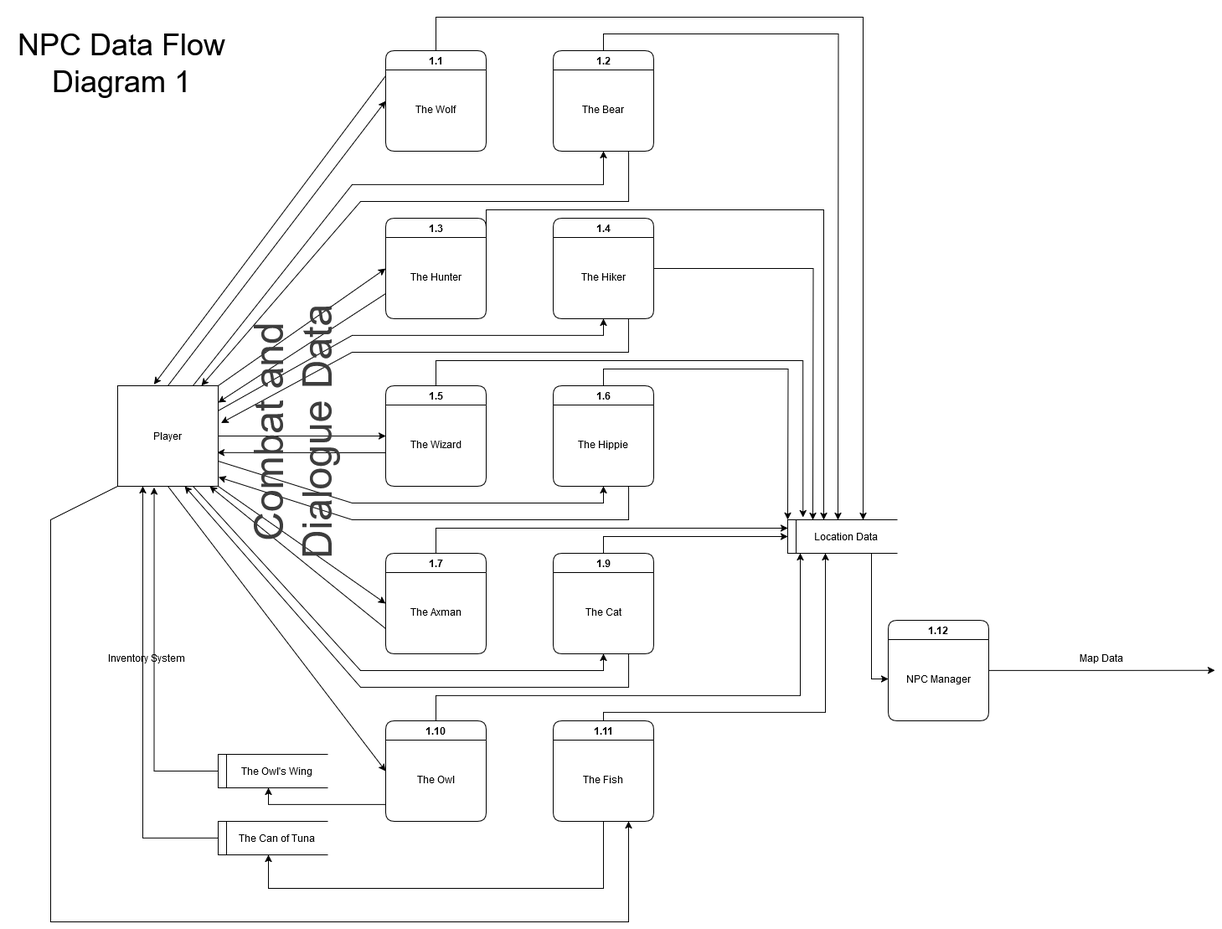
GreenSkyGames/Breaking-Red keeps this draw.io diagram as Docs/tl2/Todd Carter Works/Todd_Carter_NPC_Data_Flow_Diagram_Level_1.png. Above is the earlier version. Source tidied: cells renumbered, new cells last; positions are measured from the earlier drawing's top-left corner, leaving out a move shared by most shapes.
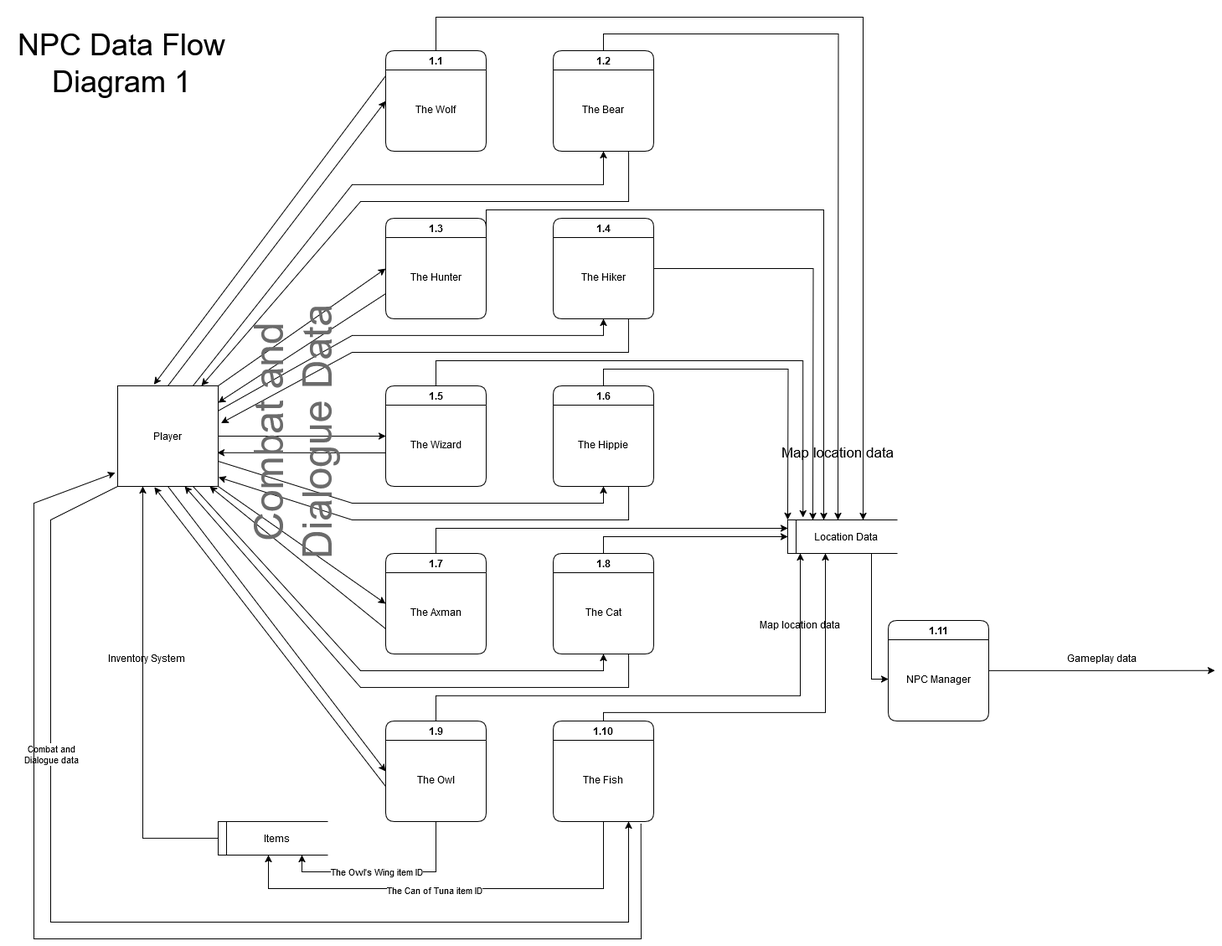
The same file after the commit.

Commit message:
Updates to Champion document diagrams

Minor fixes to diagrams, grammar, and formatting.

The edit, as a diff of the source:
```diff
@@ -31,7 +31,7 @@
         </Array>
       </mxGeometry>
     </mxCell>
-    <mxCell id="10" value="1.10" style="swimlane;whiteSpace=wrap;html=1;rounded=1;" parent="1" vertex="1">
+    <mxCell id="10" value="1.9" style="swimlane;whiteSpace=wrap;html=1;rounded=1;" parent="1" vertex="1">
       <mxGeometry x="460" y="860" width="120" height="120" as="geometry" />
     </mxCell>
     <mxCell id="11" value="The Owl" style="text;html=1;align=center;verticalAlign=middle;whiteSpace=wrap;rounded=0;" parent="10" vertex="1">
@@ -45,7 +45,7 @@
         </Array>
       </mxGeometry>
     </mxCell>
-    <mxCell id="13" value="1.11" style="swimlane;whiteSpace=wrap;html=1;rounded=1;" parent="1" vertex="1">
+    <mxCell id="13" value="1.10" style="swimlane;whiteSpace=wrap;html=1;rounded=1;" parent="1" vertex="1">
       <mxGeometry x="660" y="860" width="120" height="120" as="geometry" />
     </mxCell>
     <mxCell id="14" value="The Fish" style="text;html=1;align=center;verticalAlign=middle;whiteSpace=wrap;rounded=0;" parent="13" vertex="1">
@@ -54,7 +54,7 @@
     <mxCell id="15" style="edgeStyle=orthogonalEdgeStyle;rounded=0;jettySize=auto;html=1;exitX=0.5;exitY=0;exitDx=0;exitDy=0;entryX=0.5;entryY=1;entryDx=0;entryDy=0;" parent="1" edge="1" source="16" target="68">
       <mxGeometry relative="1" as="geometry" />
     </mxCell>
-    <mxCell id="16" value="1.9" style="swimlane;whiteSpace=wrap;html=1;rounded=1;" parent="1" vertex="1">
+    <mxCell id="16" value="1.8" style="swimlane;whiteSpace=wrap;html=1;rounded=1;" parent="1" vertex="1">
       <mxGeometry x="660" y="660" width="120" height="120" as="geometry" />
     </mxCell>
     <mxCell id="17" value="The Cat" style="text;html=1;align=center;verticalAlign=middle;whiteSpace=wrap;rounded=0;" parent="16" vertex="1">
@@ -108,9 +108,6 @@
     <mxCell id="29" value="The Wolf" style="text;html=1;align=center;verticalAlign=middle;whiteSpace=wrap;rounded=0;" parent="28" vertex="1">
       <mxGeometry y="20" width="120" height="100" as="geometry" />
     </mxCell>
-    <mxCell id="30" style="edgeStyle=orthogonalEdgeStyle;rounded=0;jettySize=auto;html=1;exitX=0.5;exitY=1;exitDx=0;exitDy=0;entryX=0.362;entryY=1.012;entryDx=0;entryDy=0;entryPerimeter=0;" parent="1" edge="1" source="61" target="2">
-      <mxGeometry relative="1" as="geometry" />
-    </mxCell>
     <mxCell id="31" style="endArrow=classic;html=1;rounded=0;exitX=0.75;exitY=0;exitDx=0;exitDy=0;entryX=0.5;entryY=1;entryDx=0;entryDy=0;" parent="1" edge="1" source="2" target="25">
       <mxGeometry relative="1" as="geometry">
         <Array as="points">
@@ -164,6 +161,9 @@
         </Array>
       </mxGeometry>
     </mxCell>
+    <mxCell id="69" value="&lt;div&gt;Combat and&lt;/div&gt;&lt;div&gt;Dialogue data&lt;br&gt;&lt;/div&gt;" style="edgeLabel;html=1;align=center;verticalAlign=middle;" parent="39" vertex="1">
+      <mxGeometry x="-0.46" relative="1" as="geometry" />
+    </mxCell>
     <mxCell id="40" style="endArrow=classic;html=1;rounded=0;exitX=0.5;exitY=0;exitDx=0;exitDy=0;entryX=0;entryY=0.5;entryDx=0;entryDy=0;" parent="1" edge="1" source="2" target="28">
       <mxGeometry relative="1" as="geometry" />
     </mxCell>
@@ -228,21 +228,26 @@
         </Array>
       </mxGeometry>
     </mxCell>
+    <mxCell id="70" value="The Can of Tuna item ID" style="edgeLabel;html=1;align=center;verticalAlign=middle;" parent="49" vertex="1">
+      <mxGeometry x="0.09" y="1" relative="1" as="geometry" />
+    </mxCell>
-    <mxCell id="50" style="endArrow=classic;html=1;rounded=0;entryX=0.5;entryY=1;entryDx=0;entryDy=0;" parent="1" edge="1">
+    <mxCell id="50" style="endArrow=classic;html=1;rounded=0;entryX=1;entryY=0.25;entryDx=0;entryDy=0;exitX=0.5;exitY=1;exitDx=0;exitDy=0;" parent="1" edge="1" source="11" target="63">
       <mxGeometry relative="1" as="geometry">
-        <mxPoint x="460" y="960" as="sourcePoint" />
-        <mxPoint x="320" y="940" as="targetPoint" />
         <Array as="points">
-          <mxPoint x="320" y="960" />
+          <mxPoint x="520" y="1040" />
+          <mxPoint x="360" y="1040" />
         </Array>
       </mxGeometry>
     </mxCell>
+    <mxCell id="71" value="The Owl's Wing item ID" style="edgeLabel;html=1;align=center;verticalAlign=middle;" parent="50" vertex="1">
+      <mxGeometry x="0.1" y="-1" relative="1" as="geometry" />
+    </mxCell>
     <mxCell id="51" style="edgeStyle=orthogonalEdgeStyle;rounded=0;jettySize=auto;html=1;exitX=1;exitY=0.5;exitDx=0;exitDy=0;" parent="1" edge="1" source="52">
       <mxGeometry relative="1" as="geometry">
         <mxPoint x="1450" y="799.8" as="targetPoint" />
       </mxGeometry>
     </mxCell>
-    <mxCell id="52" value="1.12" style="swimlane;whiteSpace=wrap;html=1;rounded=1;" parent="1" vertex="1">
+    <mxCell id="52" value="1.11" style="swimlane;whiteSpace=wrap;html=1;rounded=1;" parent="1" vertex="1">
       <mxGeometry x="1060" y="740" width="120" height="120" as="geometry" />
     </mxCell>
     <mxCell id="53" value="NPC Manager" style="text;html=1;align=center;verticalAlign=middle;whiteSpace=wrap;rounded=0;" parent="52" vertex="1">
@@ -266,13 +271,13 @@
         </Array>
       </mxGeometry>
     </mxCell>
-    <mxCell id="56" value="Combat and Dialogue Data" style="text;html=1;align=center;verticalAlign=middle;whiteSpace=wrap;rounded=0;fontSize=48;rotation=270;fontColor=#3D3D3D;" parent="1" vertex="1">
+    <mxCell id="56" value="Combat and Dialogue Data" style="text;html=1;align=center;verticalAlign=middle;whiteSpace=wrap;rounded=0;fontSize=48;rotation=270;fontColor=#6B6B6B;" parent="1" vertex="1">
       <mxGeometry x="160" y="450" width="380" height="130" as="geometry" />
     </mxCell>
     <mxCell id="57" value="Inventory System" style="text;html=1;align=center;verticalAlign=middle;whiteSpace=wrap;rounded=0;" parent="1" vertex="1">
       <mxGeometry x="120" y="770" width="110" height="30" as="geometry" />
     </mxCell>
-    <mxCell id="58" value="Map Data" style="text;html=1;align=center;verticalAlign=middle;whiteSpace=wrap;rounded=0;" parent="1" vertex="1">
+    <mxCell id="58" value="Gameplay data" style="text;html=1;align=center;verticalAlign=middle;whiteSpace=wrap;rounded=0;" parent="1" vertex="1">
       <mxGeometry x="1230" y="770" width="170" height="30" as="geometry" />
     </mxCell>
     <mxCell id="59" value="NPC Data Flow Diagram 1" style="text;html=1;align=center;verticalAlign=middle;whiteSpace=wrap;rounded=0;fontSize=36;" parent="1" vertex="1">
@@ -281,13 +286,7 @@
     <mxCell id="60" value="The Wizard" style="text;html=1;align=center;verticalAlign=middle;whiteSpace=wrap;rounded=0;" parent="1" vertex="1">
       <mxGeometry x="460" y="480" width="120" height="100" as="geometry" />
     </mxCell>
-    <mxCell id="61" style="shape=partialRectangle;whiteSpace=wrap;html=1;bottom=1;right=1;left=1;top=0;fillColor=none;routingCenterX=-0.5;direction=south;" parent="1" vertex="1">
-      <mxGeometry x="260" y="900" width="60" height="40" as="geometry" />
-    </mxCell>
-    <mxCell id="62" value="The Owl's Wing" style="shape=partialRectangle;whiteSpace=wrap;html=1;bottom=1;right=1;left=1;top=0;fillColor=none;routingCenterX=-0.5;direction=south;" parent="1" vertex="1">
-      <mxGeometry x="270" y="900" width="120" height="40" as="geometry" />
-    </mxCell>
-    <mxCell id="63" value="The Can of Tuna" style="shape=partialRectangle;whiteSpace=wrap;html=1;bottom=1;right=1;left=1;top=0;fillColor=none;routingCenterX=-0.5;direction=south;" parent="1" vertex="1">
+    <mxCell id="63" value="Items" style="shape=partialRectangle;whiteSpace=wrap;html=1;bottom=1;right=1;left=1;top=0;fillColor=none;routingCenterX=-0.5;direction=south;" parent="1" vertex="1">
       <mxGeometry x="270" y="980" width="120" height="40" as="geometry" />
     </mxCell>
     <mxCell id="64" style="edgeStyle=orthogonalEdgeStyle;rounded=0;jettySize=auto;html=1;exitX=0.5;exitY=1;exitDx=0;exitDy=0;entryX=0.25;entryY=1;entryDx=0;entryDy=0;" parent="1" edge="1" source="65" target="2">
@@ -305,5 +304,23 @@
     <mxCell id="68" style="shape=partialRectangle;whiteSpace=wrap;html=1;bottom=1;right=1;left=1;top=0;fillColor=none;routingCenterX=-0.5;direction=south;" parent="1" vertex="1">
       <mxGeometry x="940" y="620" width="60" height="40" as="geometry" />
     </mxCell>
+    <mxCell id="72" style="endArrow=classic;html=1;rounded=0;exitX=0.873;exitY=1.029;exitDx=0;exitDy=0;exitPerimeter=0;entryX=-0.024;entryY=0.865;entryDx=0;entryDy=0;entryPerimeter=0;" parent="1" edge="1" source="14" target="2">
+      <mxGeometry relative="1" as="geometry">
+        <Array as="points">
+          <mxPoint x="765" y="1120" />
+          <mxPoint x="40" y="1120" />
+          <mxPoint x="40" y="600" />
+        </Array>
+      </mxGeometry>
+    </mxCell>
+    <mxCell id="73" style="endArrow=classic;html=1;rounded=0;exitX=0;exitY=0.581;exitDx=0;exitDy=0;exitPerimeter=0;entryX=0.365;entryY=1.008;entryDx=0;entryDy=0;entryPerimeter=0;" parent="1" edge="1" source="11" target="2">
+      <mxGeometry relative="1" as="geometry" />
+    </mxCell>
+    <mxCell id="74" value="Map location data" style="text;html=1;align=center;verticalAlign=middle;whiteSpace=wrap;rounded=0;fontSize=12;" parent="1" vertex="1">
+      <mxGeometry x="900" y="730" width="110" height="30" as="geometry" />
+    </mxCell>
+    <mxCell id="75" value="Map location data" style="text;html=1;align=center;verticalAlign=middle;whiteSpace=wrap;rounded=0;fontSize=17;" parent="1" vertex="1">
+      <mxGeometry x="910" y="525" width="180" height="30" as="geometry" />
+    </mxCell>
   </root>
 </mxGraphModel>
```
